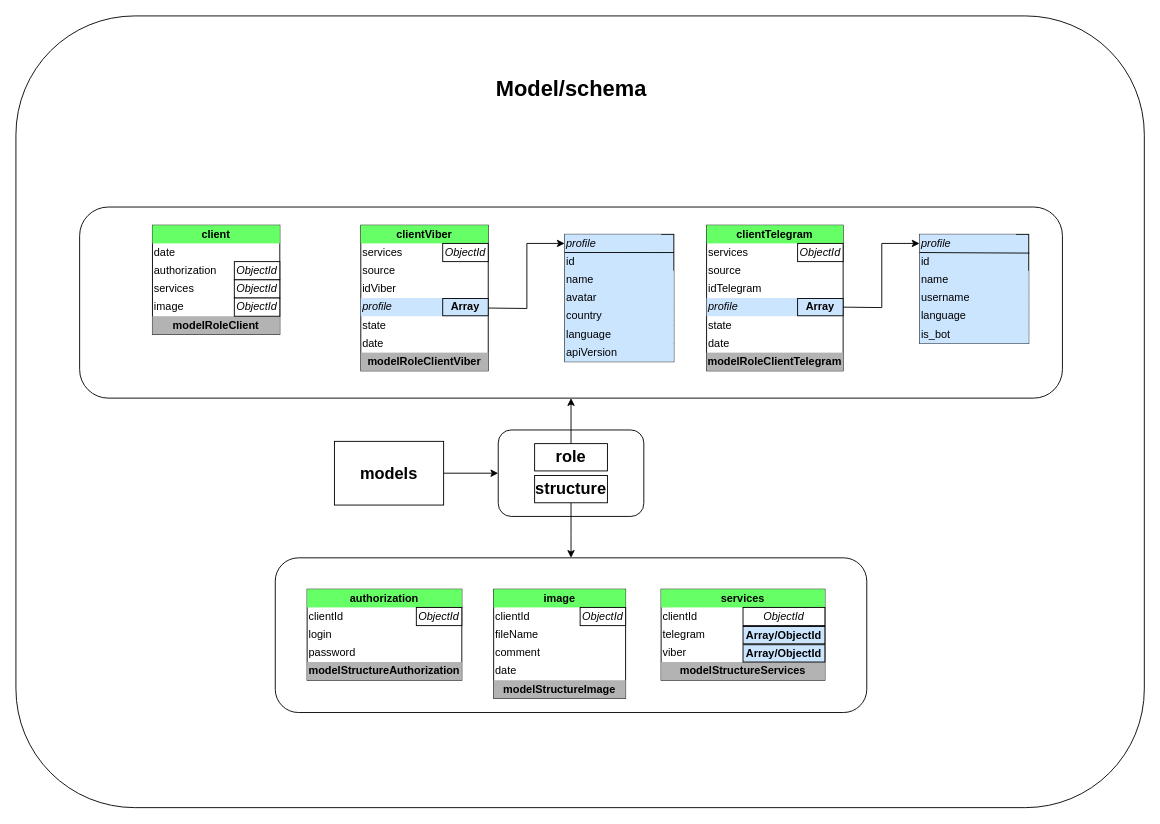
KOVALcraft/TEST2_biopysics keeps this draw.io diagram as Biopysics_Project.drawio. Above is the earlier version. Source tidied: cells renumbered, new cells numbered last; positions are measured from the earlier drawing's top-left corner, leaving out a move shared by most shapes. Both pictures are drawn from the tidied source at 91%, with x=0, y=0 at pixel (15, 15).
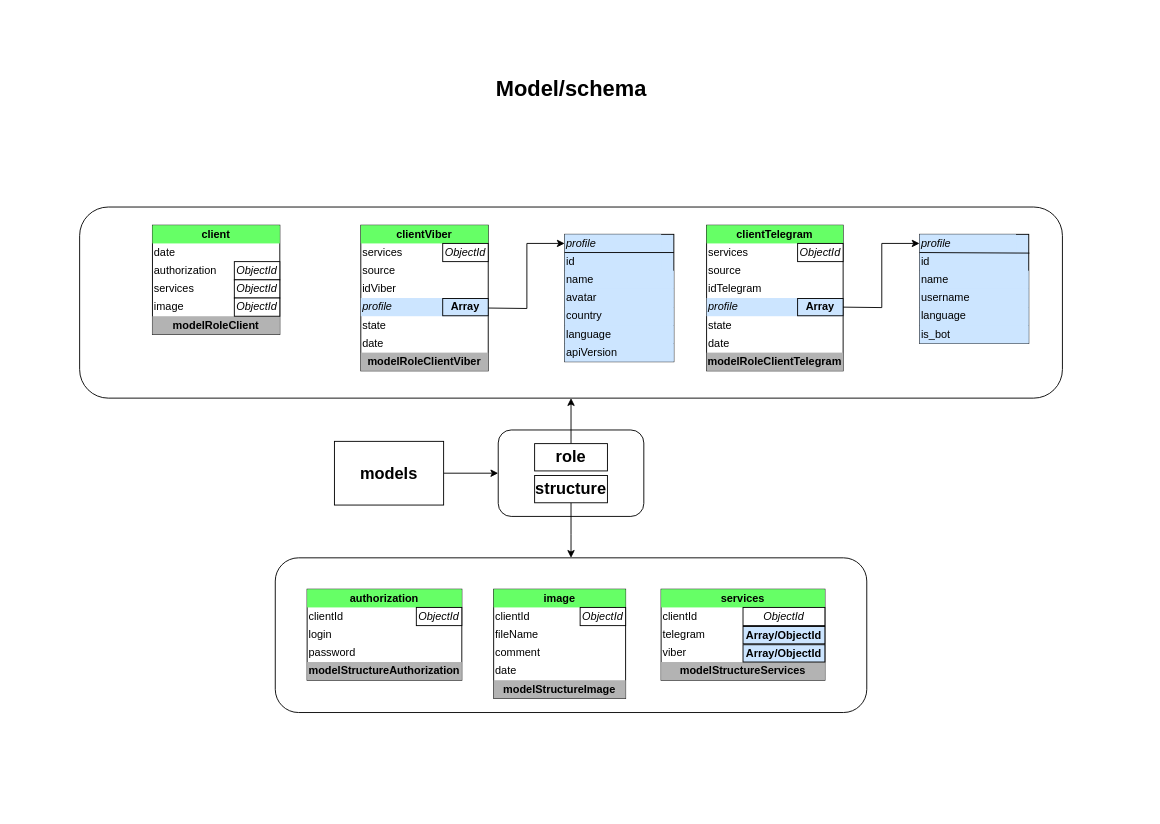
The same diagram, later.

The edit, as a diff of the source:
```diff
@@
-    <mxCell id="2" style="rounded=1;whiteSpace=wrap;html=1;shadow=0;fillColor=#FFFFFF;" parent="1" vertex="1">
-      <mxGeometry width="1240" height="870" as="geometry" />
-    </mxCell>
```
